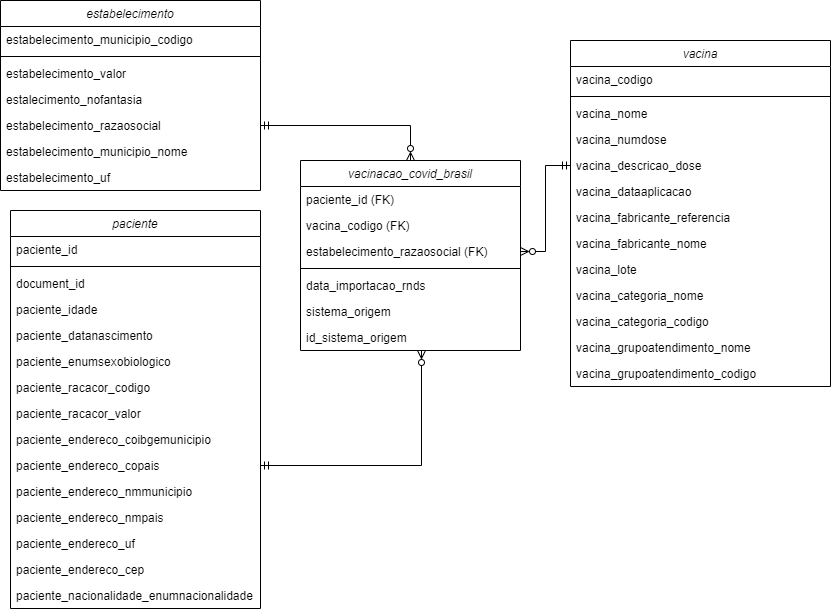
Above: modelo_dimensional.png in troclaux/dw-trabalho-final-grupo (draw.io), before the change. Source tidied: cells renumbered, new cells last; positions are measured from the earlier drawing's top-left corner, leaving out a move shared by most shapes.
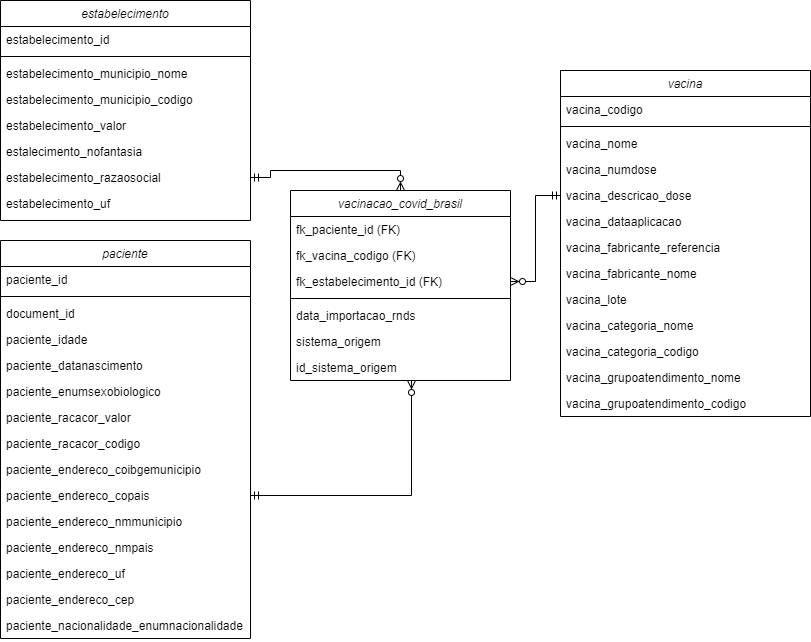
Above is the later version.

Commit message:
Atualizei o modelo dimensional

Change to the diagram source:
```diff
@@ -8,9 +8,9 @@
     <mxCell id="3" value="paciente_id" style="text;align=left;verticalAlign=top;spacingLeft=4;spacingRight=4;overflow=hidden;" parent="2" vertex="1">
       <mxGeometry y="26" width="250" height="26" as="geometry" />
     </mxCell>
-    <mxCell id="4" style="line;html=1;strokeWidth=1;align=left;verticalAlign=middle;spacingTop=-1;spacingLeft=3;spacingRight=3;labelPosition=right;" parent="2" vertex="1">
-      <mxGeometry y="52" width="250" height="8" as="geometry" />
-    </mxCell>
+    <mxCell id="51" style="line;html=1;strokeWidth=1;align=left;verticalAlign=middle;spacingTop=-1;spacingLeft=3;spacingRight=3;labelPosition=right;" parent="2" vertex="1">
+      <mxGeometry y="52" width="250" height="8" as="geometry" />
+    </mxCell>
     <mxCell id="5" value="document_id" style="text;align=left;verticalAlign=top;spacingLeft=4;spacingRight=4;overflow=hidden;" parent="2" vertex="1">
       <mxGeometry y="60" width="250" height="26" as="geometry" />
     </mxCell>
@@ -23,12 +23,12 @@
     <mxCell id="8" value="paciente_enumsexobiologico" style="text;align=left;verticalAlign=top;spacingLeft=4;spacingRight=4;overflow=hidden;" parent="2" vertex="1">
       <mxGeometry y="138" width="250" height="26" as="geometry" />
     </mxCell>
+    <mxCell id="10" value="paciente_racacor_valor" style="text;align=left;verticalAlign=top;spacingLeft=4;spacingRight=4;overflow=hidden;" parent="2" vertex="1">
+      <mxGeometry y="164" width="250" height="26" as="geometry" />
+    </mxCell>
     <mxCell id="9" value="paciente_racacor_codigo" style="text;align=left;verticalAlign=top;spacingLeft=4;spacingRight=4;overflow=hidden;" parent="2" vertex="1">
-      <mxGeometry y="164" width="250" height="26" as="geometry" />
+      <mxGeometry y="190" width="250" height="26" as="geometry" />
     </mxCell>
-    <mxCell id="10" value="paciente_racacor_valor" style="text;align=left;verticalAlign=top;spacingLeft=4;spacingRight=4;overflow=hidden;" parent="2" vertex="1">
-      <mxGeometry y="190" width="250" height="26" as="geometry" />
-    </mxCell>
     <mxCell id="11" value="paciente_endereco_coibgemunicipio" style="text;align=left;verticalAlign=top;spacingLeft=4;spacingRight=4;overflow=hidden;" parent="2" vertex="1">
       <mxGeometry y="216" width="250" height="26" as="geometry" />
     </mxCell>
@@ -53,15 +53,15 @@
     <mxCell id="18" value="vacinacao_covid_brasil" style="swimlane;fontStyle=2;align=center;verticalAlign=top;horizontal=1;startSize=26;rounded=0;shadow=0;strokeWidth=1;" parent="1" vertex="1">
       <mxGeometry x="300" y="160" width="220" height="190" as="geometry" />
     </mxCell>
-    <mxCell id="19" value="paciente_id (FK)" style="text;align=left;verticalAlign=top;spacingLeft=4;spacingRight=4;overflow=hidden;" parent="18" vertex="1">
-      <mxGeometry y="26" width="220" height="26" as="geometry" />
-    </mxCell>
-    <mxCell id="20" value="vacina_codigo (FK)" style="text;align=left;verticalAlign=top;spacingLeft=4;spacingRight=4;overflow=hidden;rounded=0;shadow=0;html=0;" parent="18" vertex="1">
-      <mxGeometry y="52" width="220" height="26" as="geometry" />
-    </mxCell>
-    <mxCell id="21" value="estabelecimento_razaosocial (FK)" style="text;align=left;verticalAlign=top;spacingLeft=4;spacingRight=4;overflow=hidden;points=[[0,0.5],[1,0.5]];portConstraint=eastwest;rounded=0;shadow=0;html=0;" parent="18" vertex="1">
-      <mxGeometry y="78" width="220" height="26" as="geometry" />
-    </mxCell>
+    <mxCell id="52" value="fk_paciente_id (FK)" style="text;align=left;verticalAlign=top;spacingLeft=4;spacingRight=4;overflow=hidden;" parent="18" vertex="1">
+      <mxGeometry y="26" width="220" height="26" as="geometry" />
+    </mxCell>
+    <mxCell id="53" value="fk_vacina_codigo (FK)" style="text;align=left;verticalAlign=top;spacingLeft=4;spacingRight=4;overflow=hidden;rounded=0;shadow=0;html=0;" parent="18" vertex="1">
+      <mxGeometry y="52" width="220" height="26" as="geometry" />
+    </mxCell>
+    <mxCell id="54" value="fk_estabelecimento_id (FK)" style="text;align=left;verticalAlign=top;spacingLeft=4;spacingRight=4;overflow=hidden;points=[[0,0.5],[1,0.5]];portConstraint=eastwest;rounded=0;shadow=0;html=0;" parent="18" vertex="1">
+      <mxGeometry y="78" width="220" height="26" as="geometry" />
+    </mxCell>
     <mxCell id="22" style="line;html=1;strokeWidth=1;align=left;verticalAlign=middle;spacingTop=-1;spacingLeft=3;spacingRight=3;labelPosition=right;" parent="18" vertex="1">
       <mxGeometry y="104" width="220" height="8" as="geometry" />
     </mxCell>
@@ -75,70 +75,73 @@
       <mxGeometry y="164" width="220" height="26" as="geometry" />
     </mxCell>
     <mxCell id="26" value="estabelecimento" style="swimlane;fontStyle=2;align=center;verticalAlign=top;horizontal=1;startSize=26;rounded=0;shadow=0;strokeWidth=1;" parent="1" vertex="1">
-      <mxGeometry width="260" height="190" as="geometry" />
+      <mxGeometry x="10" y="-30" width="250" height="220" as="geometry" />
     </mxCell>
+    <mxCell id="55" value="estabelecimento_id" style="text;align=left;verticalAlign=top;spacingLeft=4;spacingRight=4;overflow=hidden;" parent="26" vertex="1">
+      <mxGeometry y="26" width="250" height="26" as="geometry" />
+    </mxCell>
+    <mxCell id="56" style="line;html=1;strokeWidth=1;align=left;verticalAlign=middle;spacingTop=-1;spacingLeft=3;spacingRight=3;labelPosition=right;" parent="26" vertex="1">
+      <mxGeometry y="52" width="250" height="8" as="geometry" />
+    </mxCell>
+    <mxCell id="32" value="estabelecimento_municipio_nome" style="text;align=left;verticalAlign=top;spacingLeft=4;spacingRight=4;overflow=hidden;" parent="26" vertex="1">
+      <mxGeometry y="60" width="250" height="26" as="geometry" />
+    </mxCell>
     <mxCell id="27" value="estabelecimento_municipio_codigo" style="text;align=left;verticalAlign=top;spacingLeft=4;spacingRight=4;overflow=hidden;" parent="26" vertex="1">
-      <mxGeometry y="26" width="260" height="26" as="geometry" />
+      <mxGeometry y="86" width="250" height="26" as="geometry" />
     </mxCell>
-    <mxCell id="28" style="line;html=1;strokeWidth=1;align=left;verticalAlign=middle;spacingTop=-1;spacingLeft=3;spacingRight=3;labelPosition=right;" parent="26" vertex="1">
-      <mxGeometry y="52" width="260" height="8" as="geometry" />
-    </mxCell>
     <mxCell id="29" value="estabelecimento_valor" style="text;align=left;verticalAlign=top;spacingLeft=4;spacingRight=4;overflow=hidden;" parent="26" vertex="1">
-      <mxGeometry y="60" width="260" height="26" as="geometry" />
+      <mxGeometry y="112" width="250" height="26" as="geometry" />
     </mxCell>
     <mxCell id="30" value="estalecimento_nofantasia" style="text;align=left;verticalAlign=top;spacingLeft=4;spacingRight=4;overflow=hidden;" parent="26" vertex="1">
-      <mxGeometry y="86" width="260" height="26" as="geometry" />
+      <mxGeometry y="138" width="250" height="26" as="geometry" />
     </mxCell>
     <mxCell id="31" value="estabelecimento_razaosocial" style="text;align=left;verticalAlign=top;spacingLeft=4;spacingRight=4;overflow=hidden;points=[[0,0.5],[1,0.5]];portConstraint=eastwest;" parent="26" vertex="1">
-      <mxGeometry y="112" width="260" height="26" as="geometry" />
+      <mxGeometry y="164" width="250" height="26" as="geometry" />
     </mxCell>
-    <mxCell id="32" value="estabelecimento_municipio_nome" style="text;align=left;verticalAlign=top;spacingLeft=4;spacingRight=4;overflow=hidden;" parent="26" vertex="1">
-      <mxGeometry y="138" width="260" height="26" as="geometry" />
-    </mxCell>
     <mxCell id="33" value="estabelecimento_uf" style="text;align=left;verticalAlign=top;spacingLeft=4;spacingRight=4;overflow=hidden;" parent="26" vertex="1">
-      <mxGeometry y="164" width="260" height="26" as="geometry" />
+      <mxGeometry y="190" width="250" height="26" as="geometry" />
     </mxCell>
     <mxCell id="34" value="vacina" style="swimlane;fontStyle=2;align=center;verticalAlign=top;horizontal=1;startSize=26;rounded=0;shadow=0;strokeWidth=1;" parent="1" vertex="1">
-      <mxGeometry x="570" y="40" width="260" height="346" as="geometry" />
+      <mxGeometry x="570" y="40" width="250" height="346" as="geometry" />
     </mxCell>
     <mxCell id="35" value="vacina_codigo" style="text;align=left;verticalAlign=top;spacingLeft=4;spacingRight=4;overflow=hidden;" parent="34" vertex="1">
-      <mxGeometry y="26" width="260" height="26" as="geometry" />
+      <mxGeometry y="26" width="250" height="26" as="geometry" />
     </mxCell>
-    <mxCell id="36" style="line;html=1;strokeWidth=1;align=left;verticalAlign=middle;spacingTop=-1;spacingLeft=3;spacingRight=3;labelPosition=right;" parent="34" vertex="1">
-      <mxGeometry y="52" width="260" height="8" as="geometry" />
-    </mxCell>
+    <mxCell id="57" style="line;html=1;strokeWidth=1;align=left;verticalAlign=middle;spacingTop=-1;spacingLeft=3;spacingRight=3;labelPosition=right;" parent="34" vertex="1">
+      <mxGeometry y="52" width="250" height="8" as="geometry" />
+    </mxCell>
     <mxCell id="37" value="vacina_nome" style="text;align=left;verticalAlign=top;spacingLeft=4;spacingRight=4;overflow=hidden;" parent="34" vertex="1">
-      <mxGeometry y="60" width="260" height="26" as="geometry" />
+      <mxGeometry y="60" width="250" height="26" as="geometry" />
     </mxCell>
     <mxCell id="38" value="vacina_numdose" style="text;align=left;verticalAlign=top;spacingLeft=4;spacingRight=4;overflow=hidden;" parent="34" vertex="1">
-      <mxGeometry y="86" width="260" height="26" as="geometry" />
+      <mxGeometry y="86" width="250" height="26" as="geometry" />
     </mxCell>
     <mxCell id="39" value="vacina_descricao_dose" style="text;align=left;verticalAlign=top;spacingLeft=4;spacingRight=4;overflow=hidden;points=[[0,0.5],[1,0.5]];portConstraint=eastwest;" parent="34" vertex="1">
-      <mxGeometry y="112" width="260" height="26" as="geometry" />
+      <mxGeometry y="112" width="250" height="26" as="geometry" />
     </mxCell>
     <mxCell id="40" value="vacina_dataaplicacao" style="text;align=left;verticalAlign=top;spacingLeft=4;spacingRight=4;overflow=hidden;" parent="34" vertex="1">
-      <mxGeometry y="138" width="260" height="26" as="geometry" />
+      <mxGeometry y="138" width="250" height="26" as="geometry" />
     </mxCell>
     <mxCell id="41" value="vacina_fabricante_referencia" style="text;align=left;verticalAlign=top;spacingLeft=4;spacingRight=4;overflow=hidden;" parent="34" vertex="1">
-      <mxGeometry y="164" width="260" height="26" as="geometry" />
+      <mxGeometry y="164" width="250" height="26" as="geometry" />
     </mxCell>
     <mxCell id="42" value="vacina_fabricante_nome" style="text;align=left;verticalAlign=top;spacingLeft=4;spacingRight=4;overflow=hidden;" parent="34" vertex="1">
-      <mxGeometry y="190" width="260" height="26" as="geometry" />
+      <mxGeometry y="190" width="250" height="26" as="geometry" />
     </mxCell>
     <mxCell id="43" value="vacina_lote" style="text;align=left;verticalAlign=top;spacingLeft=4;spacingRight=4;overflow=hidden;" parent="34" vertex="1">
-      <mxGeometry y="216" width="260" height="26" as="geometry" />
+      <mxGeometry y="216" width="250" height="26" as="geometry" />
     </mxCell>
     <mxCell id="44" value="vacina_categoria_nome" style="text;align=left;verticalAlign=top;spacingLeft=4;spacingRight=4;overflow=hidden;" parent="34" vertex="1">
-      <mxGeometry y="242" width="260" height="26" as="geometry" />
+      <mxGeometry y="242" width="250" height="26" as="geometry" />
     </mxCell>
     <mxCell id="45" value="vacina_categoria_codigo" style="text;align=left;verticalAlign=top;spacingLeft=4;spacingRight=4;overflow=hidden;" parent="34" vertex="1">
-      <mxGeometry y="268" width="260" height="26" as="geometry" />
+      <mxGeometry y="268" width="250" height="26" as="geometry" />
     </mxCell>
     <mxCell id="46" value="vacina_grupoatendimento_nome" style="text;align=left;verticalAlign=top;spacingLeft=4;spacingRight=4;overflow=hidden;" parent="34" vertex="1">
-      <mxGeometry y="294" width="260" height="26" as="geometry" />
+      <mxGeometry y="294" width="250" height="26" as="geometry" />
     </mxCell>
     <mxCell id="47" value="vacina_grupoatendimento_codigo" style="text;align=left;verticalAlign=top;spacingLeft=4;spacingRight=4;overflow=hidden;" parent="34" vertex="1">
-      <mxGeometry y="320" width="260" height="26" as="geometry" />
+      <mxGeometry y="320" width="250" height="26" as="geometry" />
     </mxCell>
     <mxCell id="48" style="edgeStyle=orthogonalEdgeStyle;rounded=0;jettySize=auto;html=1;exitX=1;exitY=0.5;exitDx=0;exitDy=0;entryX=0.5;entryY=0;entryDx=0;entryDy=0;startArrow=ERmandOne;startFill=0;endArrow=ERzeroToMany;endFill=0;" parent="1" edge="1" source="31" target="18">
       <mxGeometry relative="1" as="geometry" />
@@ -146,8 +149,8 @@
     <mxCell id="49" style="edgeStyle=orthogonalEdgeStyle;rounded=0;jettySize=auto;html=1;exitX=1;exitY=0.5;exitDx=0;exitDy=0;entryX=0.55;entryY=1;entryDx=0;entryDy=0;entryPerimeter=0;startArrow=ERmandOne;startFill=0;endArrow=ERzeroToMany;endFill=0;" parent="1" edge="1" source="12" target="25">
       <mxGeometry relative="1" as="geometry" />
     </mxCell>
-    <mxCell id="50" style="edgeStyle=orthogonalEdgeStyle;rounded=0;jettySize=auto;html=1;exitX=0;exitY=0.5;exitDx=0;exitDy=0;entryX=1;entryY=0.5;entryDx=0;entryDy=0;startArrow=ERmandOne;startFill=0;endArrow=ERzeroToMany;endFill=0;" parent="1" edge="1" source="39" target="21">
-      <mxGeometry relative="1" as="geometry" />
-    </mxCell>
+    <mxCell id="58" style="edgeStyle=orthogonalEdgeStyle;rounded=0;jettySize=auto;html=1;exitX=0;exitY=0.5;exitDx=0;exitDy=0;entryX=1;entryY=0.5;entryDx=0;entryDy=0;startArrow=ERmandOne;startFill=0;endArrow=ERzeroToMany;endFill=0;" parent="1" edge="1" source="39" target="54">
+      <mxGeometry relative="1" as="geometry" />
+    </mxCell>
   </root>
 </mxGraphModel>
```
